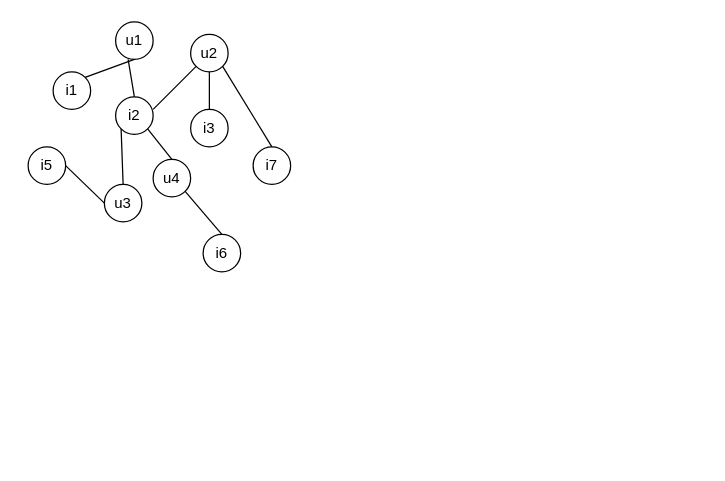
The draw.io diagram page "Page-1" (1 of 2) of VDT.drawio in minhkks/Mini_Project_VDT, before the edit. Source tidied: cells renumbered, new cells numbered last; positions are measured from the earlier drawing's top-left corner, leaving out a move shared by most shapes. Both pictures are drawn from the tidied source at 125%, with x=0, y=0 at pixel (28, 21).
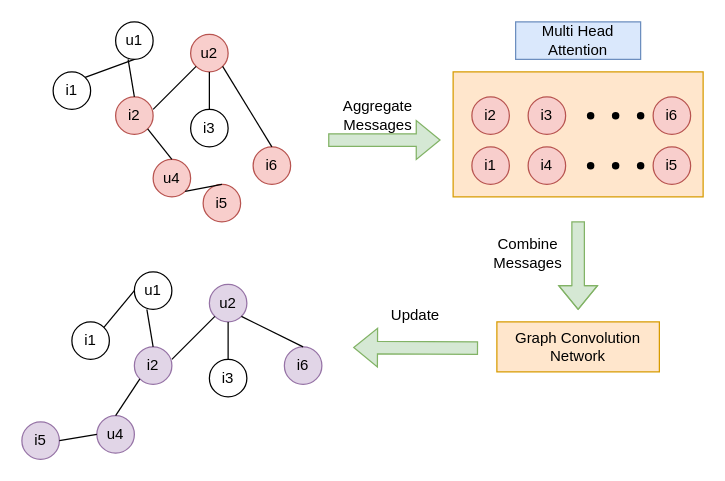
Above is the later version.

What changed in the source:
```diff
@@
-    <mxCell id="3" value="u2" style="ellipse;whiteSpace=wrap;html=1;" parent="1" vertex="1">
+    <mxCell id="3" value="u2" style="ellipse;whiteSpace=wrap;html=1;fillColor=#f8cecc;strokeColor=#b85450;" parent="1" vertex="1">
       <mxGeometry x="130" y="10" width="30" height="30" as="geometry" />
     </mxCell>
-    <mxCell id="4" value="i2" style="ellipse;whiteSpace=wrap;html=1;" parent="1" vertex="1">
+    <mxCell id="4" value="i2" style="ellipse;whiteSpace=wrap;html=1;fillColor=#f8cecc;strokeColor=#b85450;" parent="1" vertex="1">
       <mxGeometry x="70" y="60" width="30" height="30" as="geometry" />
     </mxCell>
@@
-    <mxCell id="11" value="u3" style="ellipse;whiteSpace=wrap;html=1;" parent="1" vertex="1">
-      <mxGeometry x="61" y="130" width="30" height="30" as="geometry" />
-    </mxCell>
-    <mxCell id="12" value="u4" style="ellipse;whiteSpace=wrap;html=1;" parent="1" vertex="1">
+    <mxCell id="12" value="u4" style="ellipse;whiteSpace=wrap;html=1;fillColor=#f8cecc;strokeColor=#b85450;" parent="1" vertex="1">
       <mxGeometry x="100" y="110" width="30" height="30" as="geometry" />
     </mxCell>
-    <mxCell id="13" value="i7" style="ellipse;whiteSpace=wrap;html=1;" parent="1" vertex="1">
+    <mxCell id="13" value="i6" style="ellipse;whiteSpace=wrap;html=1;fillColor=#f8cecc;strokeColor=#b85450;" parent="1" vertex="1">
       <mxGeometry x="180" y="100" width="30" height="30" as="geometry" />
     </mxCell>
-    <mxCell id="14" value="i6" style="ellipse;whiteSpace=wrap;html=1;" parent="1" vertex="1">
-      <mxGeometry x="140" y="170" width="30" height="30" as="geometry" />
+    <mxCell id="14" value="i5" style="ellipse;whiteSpace=wrap;html=1;fillColor=#f8cecc;strokeColor=#b85450;" parent="1" vertex="1">
+      <mxGeometry x="140" y="130" width="30" height="30" as="geometry" />
     </mxCell>
-    <mxCell id="15" value="i5" style="ellipse;whiteSpace=wrap;html=1;" parent="1" vertex="1">
-      <mxGeometry y="100" width="30" height="30" as="geometry" />
-    </mxCell>
@@
-    <mxCell id="19" style="endArrow=none;html=1;rounded=0;exitX=1;exitY=0.5;exitDx=0;exitDy=0;entryX=0;entryY=0.5;entryDx=0;entryDy=0;" parent="1" edge="1" source="15" target="11">
-      <mxGeometry relative="1" as="geometry" />
-    </mxCell>
-    <mxCell id="20" style="endArrow=none;html=1;rounded=0;exitX=0;exitY=1;exitDx=0;exitDy=0;entryX=0.5;entryY=0;entryDx=0;entryDy=0;" parent="1" edge="1" source="4" target="11">
-      <mxGeometry relative="1" as="geometry" />
-    </mxCell>
+    <mxCell id="21" style="shape=flexArrow;endArrow=classic;html=1;rounded=0;fillColor=#d5e8d4;strokeColor=#82b366;" parent="1" edge="1">
+      <mxGeometry relative="1" as="geometry">
+        <mxPoint x="240" y="94.5" as="sourcePoint" />
+        <mxPoint x="330" y="94.5" as="targetPoint" />
+      </mxGeometry>
+    </mxCell>
+    <mxCell id="22" value="Aggregate&lt;br&gt;Messages" style="text;html=1;strokeColor=none;fillColor=none;align=center;verticalAlign=middle;whiteSpace=wrap;rounded=0;" parent="1" vertex="1">
+      <mxGeometry x="250" y="60" width="60" height="30" as="geometry" />
+    </mxCell>
+    <mxCell id="23" style="rounded=0;whiteSpace=wrap;html=1;fillColor=#ffe6cc;strokeColor=#d79b00;" parent="1" vertex="1">
+      <mxGeometry x="340" y="40" width="200" height="100" as="geometry" />
+    </mxCell>
+    <mxCell id="24" value="i2" style="ellipse;whiteSpace=wrap;html=1;fillColor=#f8cecc;strokeColor=#b85450;" parent="1" vertex="1">
+      <mxGeometry x="355" y="60" width="30" height="30" as="geometry" />
+    </mxCell>
+    <mxCell id="25" value="i3" style="ellipse;whiteSpace=wrap;html=1;fillColor=#f8cecc;strokeColor=#b85450;" parent="1" vertex="1">
+      <mxGeometry x="400" y="60" width="30" height="30" as="geometry" />
+    </mxCell>
+    <mxCell id="26" value="i6" style="ellipse;whiteSpace=wrap;html=1;fillColor=#f8cecc;strokeColor=#b85450;" parent="1" vertex="1">
+      <mxGeometry x="500" y="60" width="30" height="30" as="geometry" />
+    </mxCell>
+    <mxCell id="27" style="shape=waypoint;sketch=0;fillStyle=solid;size=6;fillColor=none;perimeter=centerPerimeter;" parent="1" vertex="1">
+      <mxGeometry x="440" y="65" width="20" height="20" as="geometry" />
+    </mxCell>
+    <mxCell id="28" style="shape=waypoint;sketch=0;fillStyle=solid;size=6;fillColor=none;perimeter=centerPerimeter;" parent="1" vertex="1">
+      <mxGeometry x="460" y="65" width="20" height="20" as="geometry" />
+    </mxCell>
+    <mxCell id="29" style="shape=waypoint;sketch=0;fillStyle=solid;size=6;fillColor=none;perimeter=centerPerimeter;" parent="1" vertex="1">
+      <mxGeometry x="480" y="65" width="20" height="20" as="geometry" />
+    </mxCell>
+    <mxCell id="30" value="i1" style="ellipse;whiteSpace=wrap;html=1;fillColor=#f8cecc;strokeColor=#b85450;" parent="1" vertex="1">
+      <mxGeometry x="355" y="100" width="30" height="30" as="geometry" />
+    </mxCell>
+    <mxCell id="31" value="i4" style="ellipse;whiteSpace=wrap;html=1;fillColor=#f8cecc;strokeColor=#b85450;" parent="1" vertex="1">
+      <mxGeometry x="400" y="100" width="30" height="30" as="geometry" />
+    </mxCell>
+    <mxCell id="32" value="i5" style="ellipse;whiteSpace=wrap;html=1;fillColor=#f8cecc;strokeColor=#b85450;" parent="1" vertex="1">
+      <mxGeometry x="500" y="100" width="30" height="30" as="geometry" />
+    </mxCell>
+    <mxCell id="33" style="shape=waypoint;sketch=0;fillStyle=solid;size=6;fillColor=none;perimeter=centerPerimeter;" parent="1" vertex="1">
+      <mxGeometry x="440" y="105" width="20" height="20" as="geometry" />
+    </mxCell>
+    <mxCell id="34" style="shape=waypoint;sketch=0;fillStyle=solid;size=6;fillColor=none;perimeter=centerPerimeter;" parent="1" vertex="1">
+      <mxGeometry x="460" y="105" width="20" height="20" as="geometry" />
+    </mxCell>
+    <mxCell id="35" style="shape=waypoint;sketch=0;fillStyle=solid;size=6;fillColor=none;perimeter=centerPerimeter;" parent="1" vertex="1">
+      <mxGeometry x="480" y="105" width="20" height="20" as="geometry" />
+    </mxCell>
+    <mxCell id="36" value="Multi Head Attention" style="text;html=1;strokeColor=#6c8ebf;fillColor=#dae8fc;align=center;verticalAlign=middle;whiteSpace=wrap;rounded=0;" parent="1" vertex="1">
+      <mxGeometry x="390" width="100" height="30" as="geometry" />
+    </mxCell>
+    <mxCell id="37" style="shape=flexArrow;endArrow=classic;html=1;rounded=0;fillColor=#d5e8d4;strokeColor=#82b366;" parent="1" edge="1">
+      <mxGeometry relative="1" as="geometry">
+        <mxPoint x="440" y="159.5" as="sourcePoint" />
+        <mxPoint x="440" y="230.5" as="targetPoint" />
+        <Array as="points">
+          <mxPoint x="440" y="160.5" />
+        </Array>
+      </mxGeometry>
+    </mxCell>
+    <mxCell id="38" value="Combine&lt;br&gt;Messages" style="text;html=1;strokeColor=none;fillColor=none;align=center;verticalAlign=middle;whiteSpace=wrap;rounded=0;" parent="1" vertex="1">
+      <mxGeometry x="370" y="170" width="60" height="30" as="geometry" />
+    </mxCell>
+    <mxCell id="39" value="Graph Convolution Network " style="rounded=0;whiteSpace=wrap;html=1;fillColor=#ffe6cc;strokeColor=#d79b00;" parent="1" vertex="1">
+      <mxGeometry x="375" y="240" width="130" height="40" as="geometry" />
+    </mxCell>
+    <mxCell id="40" value="u1" style="ellipse;whiteSpace=wrap;html=1;" parent="1" vertex="1">
+      <mxGeometry x="85" y="200" width="30" height="30" as="geometry" />
+    </mxCell>
+    <mxCell id="41" value="u2" style="ellipse;whiteSpace=wrap;html=1;fillColor=#e1d5e7;strokeColor=#9673a6;" parent="1" vertex="1">
+      <mxGeometry x="145" y="210" width="30" height="30" as="geometry" />
+    </mxCell>
+    <mxCell id="42" value="i2" style="ellipse;whiteSpace=wrap;html=1;fillColor=#e1d5e7;strokeColor=#9673a6;" parent="1" vertex="1">
+      <mxGeometry x="85" y="260" width="30" height="30" as="geometry" />
+    </mxCell>
+    <mxCell id="43" value="i3" style="ellipse;whiteSpace=wrap;html=1;" parent="1" vertex="1">
+      <mxGeometry x="145" y="270" width="30" height="30" as="geometry" />
+    </mxCell>
+    <mxCell id="44" value="i1" style="ellipse;whiteSpace=wrap;html=1;" parent="1" vertex="1">
+      <mxGeometry x="35" y="240" width="30" height="30" as="geometry" />
+    </mxCell>
+    <mxCell id="45" style="endArrow=none;html=1;rounded=0;exitX=0;exitY=0.5;exitDx=0;exitDy=0;entryX=1;entryY=0;entryDx=0;entryDy=0;" parent="1" edge="1" source="40" target="44">
+      <mxGeometry relative="1" as="geometry" />
+    </mxCell>
+    <mxCell id="46" style="endArrow=none;html=1;rounded=0;entryX=0;entryY=1;entryDx=0;entryDy=0;" parent="1" edge="1" target="41">
+      <mxGeometry relative="1" as="geometry">
+        <mxPoint x="115" y="270" as="sourcePoint" />
+      </mxGeometry>
+    </mxCell>
+    <mxCell id="47" style="endArrow=none;html=1;rounded=0;exitX=0.5;exitY=0;exitDx=0;exitDy=0;entryX=0.5;entryY=1;entryDx=0;entryDy=0;" parent="1" edge="1" source="43" target="41">
+      <mxGeometry relative="1" as="geometry" />
+    </mxCell>
+    <mxCell id="48" style="endArrow=none;html=1;rounded=0;entryX=0.5;entryY=0;entryDx=0;entryDy=0;" parent="1" edge="1" target="42">
+      <mxGeometry relative="1" as="geometry">
+        <mxPoint x="95" y="230" as="sourcePoint" />
+      </mxGeometry>
+    </mxCell>
+    <mxCell id="49" value="u4" style="ellipse;whiteSpace=wrap;html=1;fillColor=#e1d5e7;strokeColor=#9673a6;" parent="1" vertex="1">
+      <mxGeometry x="55" y="315" width="30" height="30" as="geometry" />
+    </mxCell>
+    <mxCell id="50" value="i6" style="ellipse;whiteSpace=wrap;html=1;fillColor=#e1d5e7;strokeColor=#9673a6;" parent="1" vertex="1">
+      <mxGeometry x="205" y="260" width="30" height="30" as="geometry" />
+    </mxCell>
+    <mxCell id="51" value="i5" style="ellipse;whiteSpace=wrap;html=1;fillColor=#e1d5e7;strokeColor=#9673a6;" parent="1" vertex="1">
+      <mxGeometry x="-5" y="320" width="30" height="30" as="geometry" />
+    </mxCell>
+    <mxCell id="52" style="endArrow=none;html=1;rounded=0;exitX=0.5;exitY=0;exitDx=0;exitDy=0;entryX=1;entryY=1;entryDx=0;entryDy=0;" parent="1" edge="1" source="50" target="41">
+      <mxGeometry relative="1" as="geometry" />
+    </mxCell>
+    <mxCell id="53" style="endArrow=none;html=1;rounded=0;exitX=0.5;exitY=0;exitDx=0;exitDy=0;entryX=0;entryY=1;entryDx=0;entryDy=0;" parent="1" edge="1" source="49" target="42">
+      <mxGeometry relative="1" as="geometry" />
+    </mxCell>
+    <mxCell id="54" style="endArrow=none;html=1;rounded=0;exitX=1;exitY=0.5;exitDx=0;exitDy=0;entryX=0;entryY=0.5;entryDx=0;entryDy=0;" parent="1" edge="1" source="51" target="49">
+      <mxGeometry relative="1" as="geometry" />
+    </mxCell>
+    <mxCell id="55" style="shape=flexArrow;endArrow=classic;html=1;rounded=0;fillColor=#d5e8d4;strokeColor=#82b366;" parent="1" edge="1">
+      <mxGeometry relative="1" as="geometry">
+        <mxPoint x="360" y="261" as="sourcePoint" />
+        <mxPoint x="260" y="260.5" as="targetPoint" />
+      </mxGeometry>
+    </mxCell>
+    <mxCell id="56" value="Update" style="text;html=1;strokeColor=none;fillColor=none;align=center;verticalAlign=middle;whiteSpace=wrap;rounded=0;" parent="1" vertex="1">
+      <mxGeometry x="280" y="220" width="60" height="30" as="geometry" />
+    </mxCell>
```
